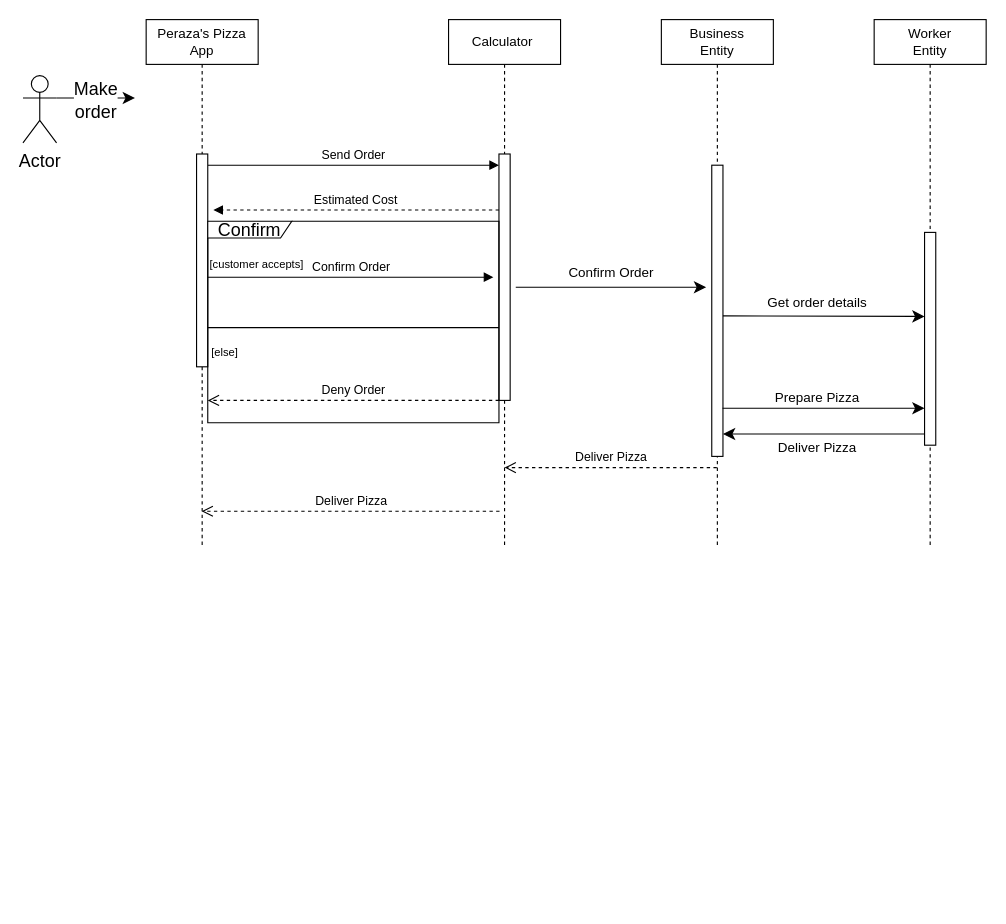
This is Untitled Diagram.drawio from perazaharmonics/Java-OOD, a draw.io file, before an edit. Source tidied: cells renumbered, new cells numbered last; positions are measured from the earlier drawing's top-left corner, leaving out a move shared by most shapes. Both pictures are drawn from the tidied source at 112%, with x=0, y=0 at pixel (22, 19).
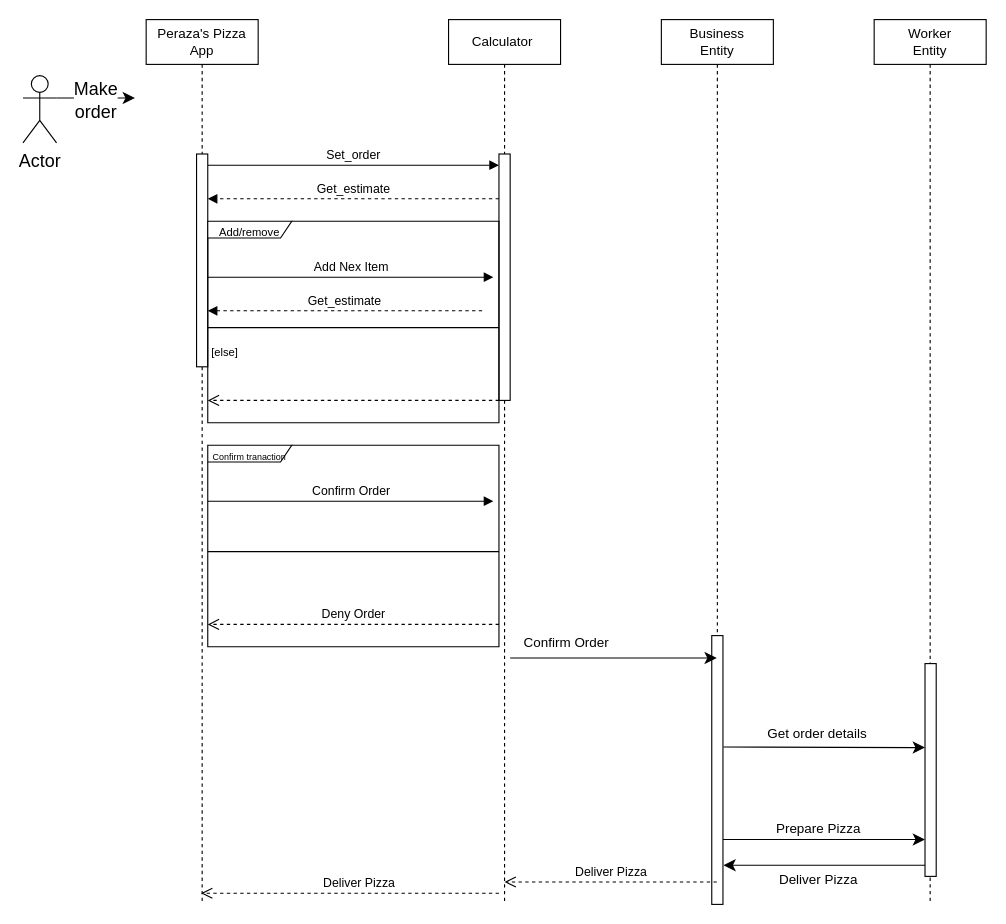
The same diagram, later.

Unchanged cells that the change refers to:
```xml
<mxCell id="9" style="html=1;points=[];perimeter=orthogonalPerimeter;outlineConnect=0;targetShapes=umlLifeline;portConstraint=eastwest;newEdgeStyle={&quot;edgeStyle&quot;:&quot;elbowEdgeStyle&quot;,&quot;elbow&quot;:&quot;vertical&quot;,&quot;curved&quot;:0,&quot;rounded&quot;:0};" parent="1" vertex="1">
  <mxGeometry x="155" y="120" width="10" height="190" as="geometry" />
</mxCell>
```

The edit, as a diff of the source:
```diff
@@
     <mxCell id="2" value="Peraza's Pizza&lt;br&gt;App" style="shape=umlLifeline;perimeter=lifelinePerimeter;whiteSpace=wrap;html=1;outlineConnect=0;portConstraint=eastwest;newEdgeStyle={&quot;edgeStyle&quot;:&quot;elbowEdgeStyle&quot;,&quot;elbow&quot;:&quot;vertical&quot;,&quot;curved&quot;:0,&quot;rounded&quot;:0};" parent="1" vertex="1">
-      <mxGeometry x="110" width="100" height="470" as="geometry" />
+      <mxGeometry x="110" width="100" height="790" as="geometry" />
     </mxCell>
     <mxCell id="3" value="Calculator&amp;nbsp;" style="shape=umlLifeline;perimeter=lifelinePerimeter;whiteSpace=wrap;html=1;newEdgeStyle={&quot;edgeStyle&quot;:&quot;elbowEdgeStyle&quot;,&quot;elbow&quot;:&quot;vertical&quot;,&quot;curved&quot;:0,&quot;rounded&quot;:0};" parent="1" vertex="1">
-      <mxGeometry x="380" width="100" height="470" as="geometry" />
+      <mxGeometry x="380" width="100" height="790" as="geometry" />
     </mxCell>
-    <mxCell id="4" value="Send Order" style="html=1;verticalAlign=bottom;endArrow=block;edgeStyle=elbowEdgeStyle;elbow=vertical;curved=0;rounded=0;" parent="1" edge="1" source="9" target="12">
+    <mxCell id="4" value="Set_order" style="html=1;verticalAlign=bottom;endArrow=block;edgeStyle=elbowEdgeStyle;elbow=vertical;curved=0;rounded=0;" parent="1" edge="1" source="9" target="12">
       <mxGeometry relative="1" as="geometry">
         <Array as="points">
           <mxPoint x="345" y="130" />
         </Array>
       </mxGeometry>
     </mxCell>
-    <mxCell id="5" value="Estimated Cost" style="html=1;verticalAlign=bottom;endArrow=block;edgeStyle=elbowEdgeStyle;elbow=vertical;curved=0;rounded=0;dashed=1;" parent="1" edge="1" source="12">
+    <mxCell id="5" value="Get_estimate" style="html=1;verticalAlign=bottom;endArrow=block;edgeStyle=elbowEdgeStyle;elbow=vertical;curved=0;rounded=0;dashed=1;" parent="1" edge="1">
       <mxGeometry relative="1" as="geometry">
-        <mxPoint x="170" y="170" as="targetPoint" />
+        <mxPoint x="425" y="160" as="sourcePoint" />
+        <mxPoint x="165" y="160" as="targetPoint" />
         <Array as="points">
-          <mxPoint x="355" y="170" />
+          <mxPoint x="355" y="160" />
         </Array>
       </mxGeometry>
     </mxCell>
@@
     <mxCell id="10" value="Business&lt;br&gt;Entity" style="shape=umlLifeline;perimeter=lifelinePerimeter;whiteSpace=wrap;html=1;outlineConnect=0;portConstraint=eastwest;newEdgeStyle={&quot;edgeStyle&quot;:&quot;elbowEdgeStyle&quot;,&quot;elbow&quot;:&quot;vertical&quot;,&quot;curved&quot;:0,&quot;rounded&quot;:0};" parent="1" vertex="1">
-      <mxGeometry x="570" width="100" height="470" as="geometry" />
+      <mxGeometry x="570" width="100" height="790" as="geometry" />
     </mxCell>
     <mxCell id="11" value="Worker&lt;br&gt;Entity" style="shape=umlLifeline;perimeter=lifelinePerimeter;whiteSpace=wrap;html=1;newEdgeStyle={&quot;edgeStyle&quot;:&quot;elbowEdgeStyle&quot;,&quot;elbow&quot;:&quot;vertical&quot;,&quot;curved&quot;:0,&quot;rounded&quot;:0};" parent="1" vertex="1">
-      <mxGeometry x="760" width="100" height="470" as="geometry" />
+      <mxGeometry x="760" width="100" height="790" as="geometry" />
     </mxCell>
-    <mxCell id="12" style="html=1;points=[];perimeter=orthogonalPerimeter;outlineConnect=0;targetShapes=umlLifeline;portConstraint=eastwest;newEdgeStyle={&quot;edgeStyle&quot;:&quot;elbowEdgeStyle&quot;,&quot;elbow&quot;:&quot;vertical&quot;,&quot;curved&quot;:0,&quot;rounded&quot;:0};" parent="1" vertex="1">
-      <mxGeometry x="425" y="120" width="10" height="220" as="geometry" />
-    </mxCell>
-    <mxCell id="13" value="Confirm" style="shape=umlFrame;whiteSpace=wrap;html=1;width=75;fontSize=16;height=15;" parent="1" vertex="1">
-      <mxGeometry x="165" y="180" width="260" height="180" as="geometry" />
-    </mxCell>
-    <mxCell id="14" value="&lt;font style=&quot;font-size: 10px;&quot;&gt;[customer accepts]&lt;/font&gt;" style="text;html=1;fontSize=16;" parent="13" vertex="1">
-      <mxGeometry width="100" height="20" relative="1" as="geometry">
-        <mxPoint y="20" as="offset" />
-      </mxGeometry>
-    </mxCell>
-    <mxCell id="15" style="line;strokeWidth=1;labelPosition=center;verticalLabelPosition=bottom;align=left;verticalAlign=top;spacingLeft=20;spacingTop=15;html=1;whiteSpace=wrap;fontSize=16;" parent="13" vertex="1">
-      <mxGeometry y="90" width="260" height="10" as="geometry" />
-    </mxCell>
-    <mxCell id="16" style="edgeStyle=none;curved=1;rounded=0;orthogonalLoop=1;jettySize=auto;html=1;exitX=0.5;exitY=1;exitDx=0;exitDy=0;fontSize=12;startSize=8;endSize=8;" parent="13" edge="1" source="14" target="14">
-      <mxGeometry relative="1" as="geometry" />
-    </mxCell>
-    <mxCell id="17" style="endArrow=classic;html=1;rounded=0;fontSize=12;startSize=8;endSize=8;curved=1;" parent="13" edge="1">
-      <mxGeometry relative="1" as="geometry">
-        <mxPoint x="275" y="59" as="sourcePoint" />
-        <mxPoint x="445" y="59" as="targetPoint" />
-      </mxGeometry>
-    </mxCell>
-    <mxCell id="18" value="&lt;font style=&quot;font-size: 12px;&quot;&gt;Confirm Order&lt;/font&gt;" style="text;html=1;align=center;verticalAlign=middle;strokeColor=none;fillColor=none;fontSize=16;" parent="13" vertex="1">
-      <mxGeometry x="310" y="29" width="100" height="30" as="geometry" />
-    </mxCell>
-    <mxCell id="19" value="Deny Order" style="html=1;verticalAlign=bottom;endArrow=open;dashed=1;endSize=8;edgeStyle=elbowEdgeStyle;elbow=vertical;curved=0;rounded=0;" parent="13" edge="1">
-      <mxGeometry relative="1" as="geometry">
-        <mxPoint x="260" y="160" as="sourcePoint" />
-        <mxPoint y="160" as="targetPoint" />
-        <Array as="points">
-          <mxPoint x="167.1" y="160" />
-        </Array>
-      </mxGeometry>
-    </mxCell>
-    <mxCell id="20" value="&lt;font style=&quot;font-size: 10px;&quot;&gt;[else]&lt;/font&gt;" style="text;html=1;align=center;verticalAlign=middle;strokeColor=none;fillColor=none;fontSize=16;" parent="13" vertex="1">
-      <mxGeometry x="-10" y="100" width="50" height="30" as="geometry" />
-    </mxCell>
-    <mxCell id="21" value="Confirm Order" style="html=1;verticalAlign=bottom;endArrow=block;edgeStyle=elbowEdgeStyle;elbow=vertical;curved=0;rounded=0;" parent="1" edge="1">
-      <mxGeometry relative="1" as="geometry">
-        <mxPoint x="165" y="230" as="sourcePoint" />
-        <mxPoint x="420" y="230.5" as="targetPoint" />
-        <Array as="points">
-          <mxPoint x="323.3" y="230" />
-        </Array>
-      </mxGeometry>
-    </mxCell>
-    <mxCell id="22" style="html=1;perimeter=orthogonalPerimeter;targetShapes=umlLifeline;newEdgeStyle={&quot;edgeStyle&quot;:&quot;elbowEdgeStyle&quot;,&quot;elbow&quot;:&quot;vertical&quot;,&quot;curved&quot;:0,&quot;rounded&quot;:0};" parent="1" vertex="1">
-      <mxGeometry x="615" y="130" width="10" height="260" as="geometry" />
-    </mxCell>
-    <mxCell id="23" style="html=1;perimeter=orthogonalPerimeter;targetShapes=umlLifeline;newEdgeStyle={&quot;edgeStyle&quot;:&quot;elbowEdgeStyle&quot;,&quot;elbow&quot;:&quot;vertical&quot;,&quot;curved&quot;:0,&quot;rounded&quot;:0};" parent="1" vertex="1">
-      <mxGeometry x="805" y="190" width="10" height="190" as="geometry" />
-    </mxCell>
-    <mxCell id="24" style="edgeStyle=elbowEdgeStyle;curved=0;rounded=0;orthogonalLoop=1;jettySize=auto;html=1;elbow=vertical;fontSize=12;startSize=8;endSize=8;" parent="1" edge="1">
+    <mxCell id="24" style="edgeStyle=elbowEdgeStyle;curved=0;rounded=0;orthogonalLoop=1;jettySize=auto;html=1;elbow=vertical;fontSize=12;startSize=8;endSize=8;" parent="11" edge="1">
       <mxGeometry relative="1" as="geometry">
-        <mxPoint x="805" y="370" as="sourcePoint" />
-        <mxPoint x="625" y="370" as="targetPoint" />
+        <mxPoint x="45.4" y="755" as="sourcePoint" />
+        <mxPoint x="-134.6" y="755" as="targetPoint" />
       </mxGeometry>
     </mxCell>
-    <mxCell id="25" style="edgeStyle=elbowEdgeStyle;curved=0;rounded=0;orthogonalLoop=1;jettySize=auto;html=1;elbow=vertical;fontSize=12;startSize=8;endSize=8;exitX=0.546;exitY=0.632;exitDx=0;exitDy=0;exitPerimeter=0;" parent="1" edge="1">
+    <mxCell id="25" style="edgeStyle=elbowEdgeStyle;curved=0;rounded=0;orthogonalLoop=1;jettySize=auto;html=1;elbow=vertical;fontSize=12;startSize=8;endSize=8;exitX=0.546;exitY=0.632;exitDx=0;exitDy=0;exitPerimeter=0;" parent="11" edge="1">
       <mxGeometry relative="1" as="geometry">
-        <mxPoint x="624.6" y="347" as="sourcePoint" />
-        <mxPoint x="805" y="347" as="targetPoint" />
+        <mxPoint x="-135" y="732" as="sourcePoint" />
+        <mxPoint x="45.4" y="732" as="targetPoint" />
       </mxGeometry>
     </mxCell>
@@
-    <mxCell id="28" style="edgeStyle=elbowEdgeStyle;curved=0;rounded=0;orthogonalLoop=1;jettySize=auto;html=1;elbow=vertical;fontSize=12;startSize=8;endSize=8;exitX=0.546;exitY=0.632;exitDx=0;exitDy=0;exitPerimeter=0;" parent="1" edge="1">
+    <mxCell id="28" style="edgeStyle=elbowEdgeStyle;curved=0;rounded=0;orthogonalLoop=1;jettySize=auto;html=1;elbow=vertical;fontSize=12;startSize=8;endSize=8;exitX=0.546;exitY=0.632;exitDx=0;exitDy=0;exitPerimeter=0;" parent="11" edge="1">
       <mxGeometry relative="1" as="geometry">
-        <mxPoint x="625" y="264.5" as="sourcePoint" />
-        <mxPoint x="805" y="264.5" as="targetPoint" />
+        <mxPoint x="-134.6" y="649.5" as="sourcePoint" />
+        <mxPoint x="45.4" y="649.5" as="targetPoint" />
       </mxGeometry>
     </mxCell>
@@
+    <mxCell id="23" style="html=1;perimeter=orthogonalPerimeter;targetShapes=umlLifeline;newEdgeStyle={&quot;edgeStyle&quot;:&quot;elbowEdgeStyle&quot;,&quot;elbow&quot;:&quot;vertical&quot;,&quot;curved&quot;:0,&quot;rounded&quot;:0};" parent="11" vertex="1">
+      <mxGeometry x="45.4" y="575" width="10" height="190" as="geometry" />
+    </mxCell>
+    <mxCell id="12" style="html=1;points=[];perimeter=orthogonalPerimeter;outlineConnect=0;targetShapes=umlLifeline;portConstraint=eastwest;newEdgeStyle={&quot;edgeStyle&quot;:&quot;elbowEdgeStyle&quot;,&quot;elbow&quot;:&quot;vertical&quot;,&quot;curved&quot;:0,&quot;rounded&quot;:0};" parent="1" vertex="1">
+      <mxGeometry x="425" y="120" width="10" height="220" as="geometry" />
+    </mxCell>
+    <mxCell id="22" style="html=1;perimeter=orthogonalPerimeter;targetShapes=umlLifeline;newEdgeStyle={&quot;edgeStyle&quot;:&quot;elbowEdgeStyle&quot;,&quot;elbow&quot;:&quot;vertical&quot;,&quot;curved&quot;:0,&quot;rounded&quot;:0};" parent="1" vertex="1">
+      <mxGeometry x="615" y="550" width="10" height="240" as="geometry" />
+    </mxCell>
-    <mxCell id="30" value="Deliver Pizza" style="html=1;verticalAlign=bottom;endArrow=open;dashed=1;endSize=8;edgeStyle=elbowEdgeStyle;elbow=vertical;curved=0;rounded=0;" parent="1" edge="1" source="10">
+    <mxCell id="30" value="Deliver Pizza" style="html=1;verticalAlign=bottom;endArrow=open;dashed=1;endSize=8;edgeStyle=elbowEdgeStyle;elbow=vertical;curved=0;rounded=0;" parent="1" edge="1">
       <mxGeometry relative="1" as="geometry">
-        <mxPoint x="430" y="400" as="targetPoint" />
+        <mxPoint x="619.5" y="770" as="sourcePoint" />
+        <mxPoint x="430" y="770" as="targetPoint" />
         <Array as="points">
-          <mxPoint x="522.6" y="400" />
+          <mxPoint x="522.6" y="770" />
         </Array>
       </mxGeometry>
     </mxCell>
-    <mxCell id="31" value="Deliver Pizza" style="html=1;verticalAlign=bottom;endArrow=open;dashed=1;endSize=8;edgeStyle=elbowEdgeStyle;elbow=vertical;curved=0;rounded=0;" parent="1" edge="1" target="2">
-      <mxGeometry relative="1" as="geometry">
-        <mxPoint x="425.5" y="439" as="sourcePoint" />
+    <mxCell id="31" value="Deliver Pizza" style="html=1;verticalAlign=bottom;endArrow=open;dashed=1;endSize=8;edgeStyle=elbowEdgeStyle;elbow=vertical;curved=0;rounded=0;" parent="1" edge="1">
+      <mxGeometry x="-0.06" relative="1" as="geometry">
+        <mxPoint x="425" y="780" as="sourcePoint" />
+        <mxPoint x="159" y="780" as="targetPoint" />
         <Array as="points">
-          <mxPoint x="328.1" y="439" />
+          <mxPoint x="327.6" y="780" />
         </Array>
       </mxGeometry>
     </mxCell>
+    <mxCell id="16" style="edgeStyle=none;curved=1;rounded=0;orthogonalLoop=1;jettySize=auto;html=1;exitX=0.5;exitY=1;exitDx=0;exitDy=0;fontSize=12;startSize=8;endSize=8;" parent="1" edge="1">
+      <mxGeometry relative="1" as="geometry">
+        <mxPoint x="215" y="220" as="sourcePoint" />
+        <mxPoint x="215" y="220" as="targetPoint" />
+      </mxGeometry>
+    </mxCell>
+    <mxCell id="17" style="endArrow=classic;html=1;rounded=0;fontSize=12;startSize=8;endSize=8;curved=1;" parent="1" edge="1" target="10">
+      <mxGeometry relative="1" as="geometry">
+        <mxPoint x="435" y="570" as="sourcePoint" />
+      </mxGeometry>
+    </mxCell>
+    <mxCell id="18" value="&lt;font style=&quot;font-size: 12px;&quot;&gt;Confirm Order&lt;/font&gt;" style="text;html=1;align=center;verticalAlign=middle;strokeColor=none;fillColor=none;fontSize=16;" parent="1" vertex="1">
+      <mxGeometry x="435" y="540" width="100" height="30" as="geometry" />
+    </mxCell>
+    <mxCell id="20" value="&lt;font style=&quot;font-size: 10px;&quot;&gt;[else]&lt;/font&gt;" style="text;html=1;align=center;verticalAlign=middle;strokeColor=none;fillColor=none;fontSize=16;" parent="1" vertex="1">
+      <mxGeometry x="155" y="280" width="50" height="30" as="geometry" />
+    </mxCell>
+    <mxCell id="32" style="group;" parent="1" vertex="1">
+      <mxGeometry x="165" y="380" width="260" height="180" as="geometry" />
+    </mxCell>
+    <mxCell id="13" value="&lt;font style=&quot;font-size: 8px;&quot;&gt;Confirm tranaction&lt;/font&gt;" style="shape=umlFrame;whiteSpace=wrap;html=1;width=75;fontSize=16;height=15;" parent="32" vertex="1">
+      <mxGeometry width="260" height="180" as="geometry" />
+    </mxCell>
+    <mxCell id="21" value="Confirm Order" style="html=1;verticalAlign=bottom;endArrow=block;edgeStyle=elbowEdgeStyle;elbow=vertical;curved=0;rounded=0;" parent="32" edge="1">
+      <mxGeometry relative="1" as="geometry">
+        <mxPoint y="50" as="sourcePoint" />
+        <mxPoint x="255" y="50.5" as="targetPoint" />
+        <Array as="points">
+          <mxPoint x="158.3" y="50" />
+        </Array>
+      </mxGeometry>
+    </mxCell>
+    <mxCell id="15" style="line;strokeWidth=1;labelPosition=center;verticalLabelPosition=bottom;align=left;verticalAlign=top;spacingLeft=20;spacingTop=15;html=1;whiteSpace=wrap;fontSize=16;" parent="32" vertex="1">
+      <mxGeometry y="90" width="260" height="10" as="geometry" />
+    </mxCell>
+    <mxCell id="19" value="Deny Order" style="html=1;verticalAlign=bottom;endArrow=open;dashed=1;endSize=8;edgeStyle=elbowEdgeStyle;elbow=vertical;curved=0;rounded=0;" parent="32" edge="1">
+      <mxGeometry relative="1" as="geometry">
+        <mxPoint x="260" y="160" as="sourcePoint" />
+        <mxPoint y="160" as="targetPoint" />
+        <Array as="points">
+          <mxPoint x="167.1" y="160" />
+        </Array>
+      </mxGeometry>
+    </mxCell>
+    <mxCell id="33" style="group;" parent="1" vertex="1">
+      <mxGeometry x="165" y="180" width="260" height="180" as="geometry" />
+    </mxCell>
+    <mxCell id="34" value="&lt;font style=&quot;font-size: 10px;&quot;&gt;Add/remove&lt;/font&gt;" style="shape=umlFrame;whiteSpace=wrap;html=1;width=75;fontSize=16;height=15;" parent="33" vertex="1">
+      <mxGeometry width="260" height="180" as="geometry" />
+    </mxCell>
+    <mxCell id="35" value="Add Nex Item" style="html=1;verticalAlign=bottom;endArrow=block;edgeStyle=elbowEdgeStyle;elbow=vertical;curved=0;rounded=0;" parent="33" edge="1">
+      <mxGeometry relative="1" as="geometry">
+        <mxPoint y="50" as="sourcePoint" />
+        <mxPoint x="255" y="50.5" as="targetPoint" />
+        <Array as="points">
+          <mxPoint x="158.3" y="50" />
+        </Array>
+      </mxGeometry>
+    </mxCell>
+    <mxCell id="36" style="line;strokeWidth=1;labelPosition=center;verticalLabelPosition=bottom;align=left;verticalAlign=top;spacingLeft=20;spacingTop=15;html=1;whiteSpace=wrap;fontSize=16;" parent="33" vertex="1">
+      <mxGeometry y="90" width="260" height="10" as="geometry" />
+    </mxCell>
+    <mxCell id="37" style="html=1;verticalAlign=bottom;endArrow=open;dashed=1;endSize=8;edgeStyle=elbowEdgeStyle;elbow=vertical;curved=0;rounded=0;" parent="33" edge="1">
+      <mxGeometry relative="1" as="geometry">
+        <mxPoint x="260" y="160" as="sourcePoint" />
+        <mxPoint y="160" as="targetPoint" />
+        <Array as="points">
+          <mxPoint x="167.1" y="160" />
+        </Array>
+      </mxGeometry>
+    </mxCell>
+    <mxCell id="38" value="Get_estimate" style="html=1;verticalAlign=bottom;endArrow=block;edgeStyle=elbowEdgeStyle;elbow=vertical;curved=0;rounded=0;dashed=1;" parent="33" edge="1">
+      <mxGeometry relative="1" as="geometry">
+        <mxPoint x="245" y="80" as="sourcePoint" />
+        <mxPoint y="80" as="targetPoint" />
+        <Array as="points">
+          <mxPoint x="175" y="80" />
+        </Array>
+      </mxGeometry>
+    </mxCell>
```
